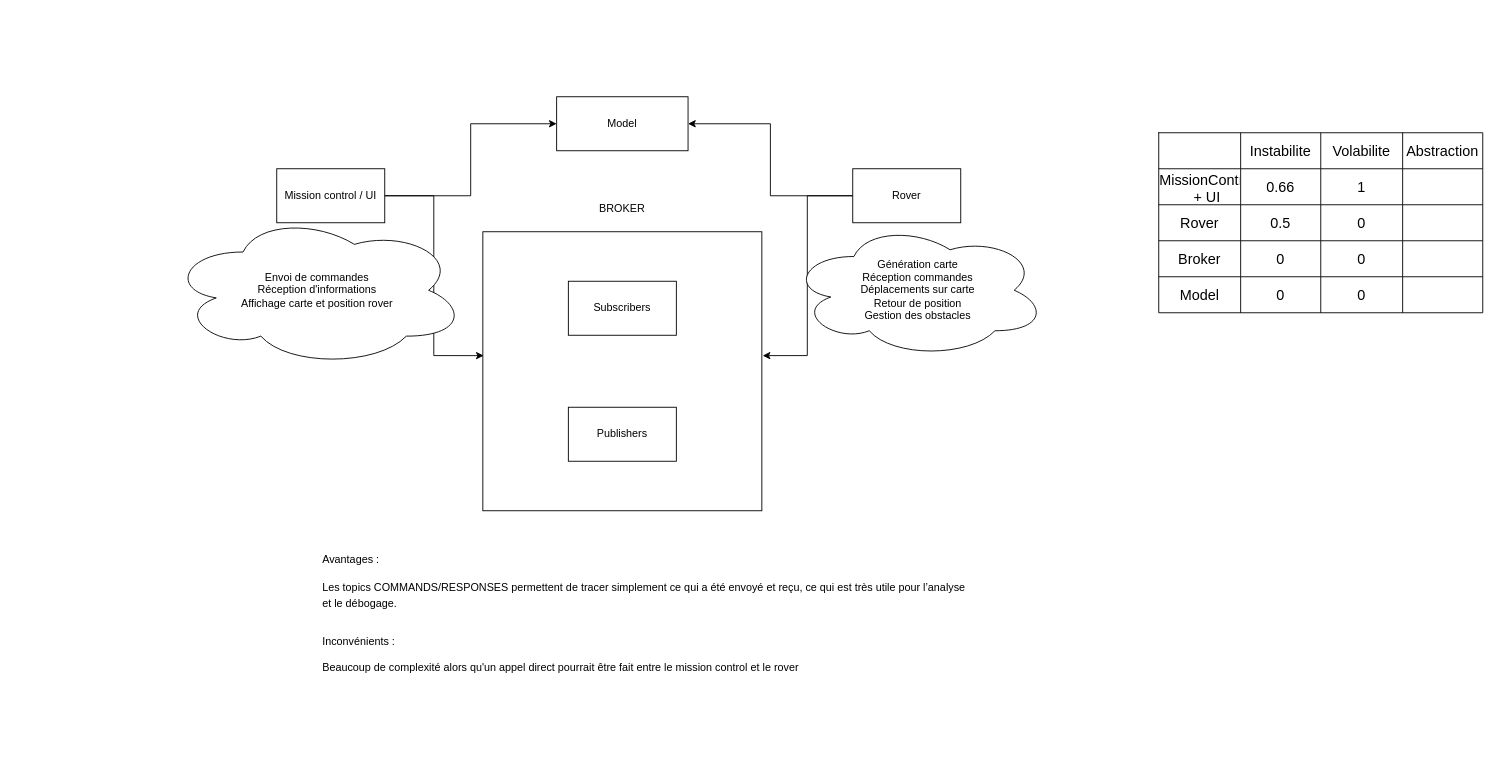
This is page "Schéma" (2 of 2) of schema.drawio from pvayssier/archi_logiciel, a draw.io file, before an edit. Source tidied: cells renumbered, new cells numbered last; positions are measured from the earlier drawing's top-left corner, leaving out a move shared by most shapes. Both pictures are drawn from the tidied source at 90%, with x=0, y=0 at pixel (168, 96).
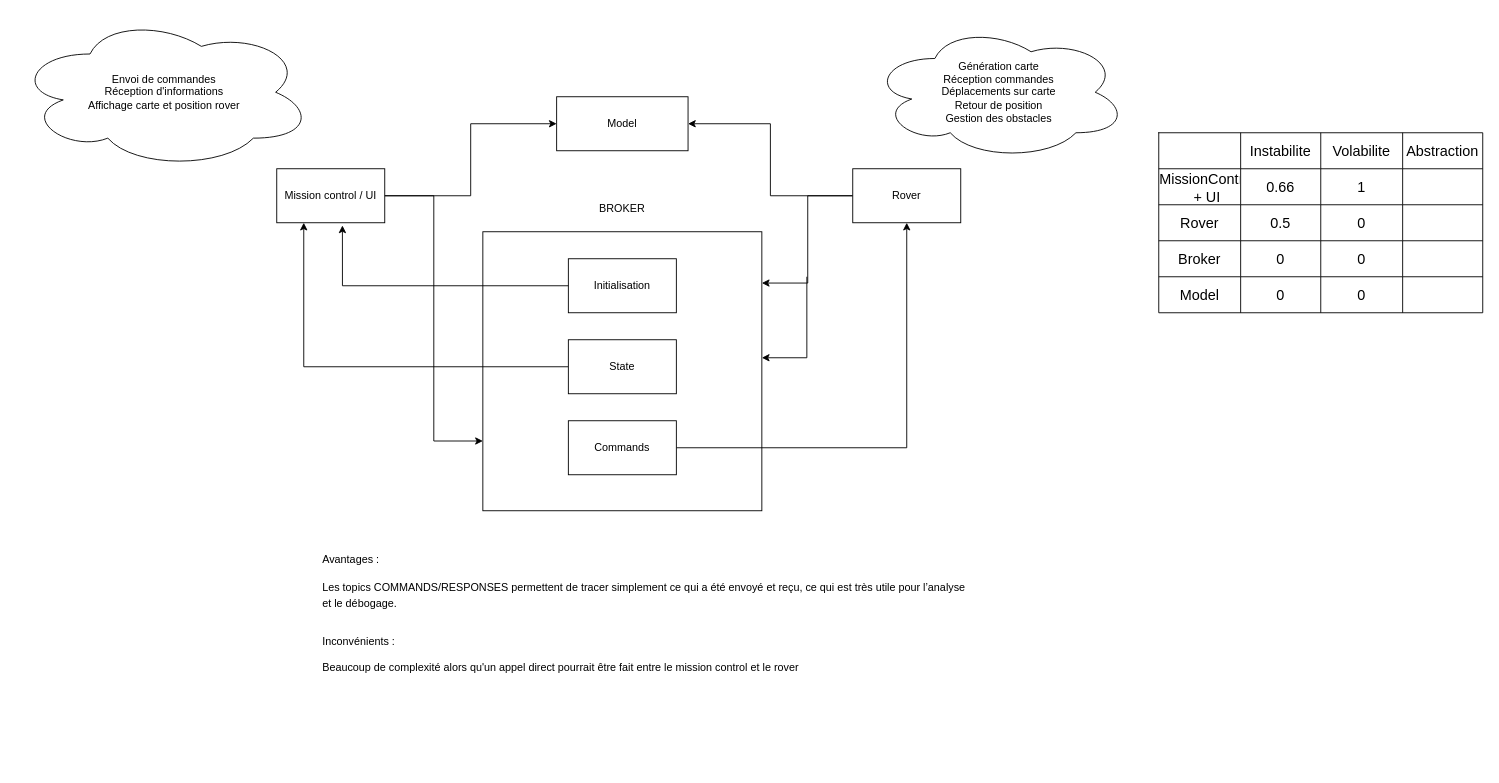
After the change.

The change refers to these unchanged cells:
```xml
<mxCell id="2" style="rounded=0;whiteSpace=wrap;html=1;" parent="1" vertex="1">
  <mxGeometry x="349" y="150" width="310" height="310" as="geometry" />
</mxCell>
<mxCell id="5" value="Rover" style="rounded=0;whiteSpace=wrap;html=1;" parent="1" vertex="1">
  <mxGeometry x="760" y="80" width="120" height="60" as="geometry" />
</mxCell>
<mxCell id="7" value="Mission control / UI" style="rounded=0;whiteSpace=wrap;html=1;" parent="1" vertex="1">
  <mxGeometry x="120" y="80" width="120" height="60" as="geometry" />
</mxCell>
```

What changed in the source:
```diff
@@
+    <mxCell id="42" style="edgeStyle=orthogonalEdgeStyle;rounded=0;orthogonalLoop=1;jettySize=auto;html=1;" parent="1" edge="1">
+      <mxGeometry relative="1" as="geometry">
+        <mxPoint x="709" y="200" as="sourcePoint" />
+        <mxPoint x="659" y="290" as="targetPoint" />
+        <Array as="points">
+          <mxPoint x="709" y="290" />
+        </Array>
+      </mxGeometry>
+    </mxCell>
@@
-    <mxCell id="3" style="edgeStyle=orthogonalEdgeStyle;rounded=0;jettySize=auto;html=1;exitX=0;exitY=0.5;exitDx=0;exitDy=0;entryX=1.003;entryY=0.444;entryDx=0;entryDy=0;entryPerimeter=0;" parent="1" edge="1" source="5" target="2">
-      <mxGeometry relative="1" as="geometry" />
+    <mxCell id="3" style="edgeStyle=orthogonalEdgeStyle;rounded=0;jettySize=auto;html=1;exitX=0;exitY=0.5;exitDx=0;exitDy=0;" parent="1" edge="1" source="5" target="2">
+      <mxGeometry relative="1" as="geometry">
+        <Array as="points">
+          <mxPoint x="710" y="110" />
+          <mxPoint x="710" y="207" />
+        </Array>
+      </mxGeometry>
     </mxCell>
@@
-    <mxCell id="8" value="Subscribers" style="rounded=0;whiteSpace=wrap;html=1;" parent="1" vertex="1">
-      <mxGeometry x="444" y="205" width="120" height="60" as="geometry" />
+    <mxCell id="8" value="Initialisation" style="rounded=0;whiteSpace=wrap;html=1;" parent="1" vertex="1">
+      <mxGeometry x="444" y="180" width="120" height="60" as="geometry" />
     </mxCell>
+    <mxCell id="43" style="edgeStyle=orthogonalEdgeStyle;rounded=0;jettySize=auto;html=1;entryX=0.5;entryY=1;entryDx=0;entryDy=0;" parent="1" edge="1" source="9" target="5">
+      <mxGeometry relative="1" as="geometry" />
+    </mxCell>
-    <mxCell id="9" value="Publishers" style="rounded=0;whiteSpace=wrap;html=1;" parent="1" vertex="1">
-      <mxGeometry x="444" y="345" width="120" height="60" as="geometry" />
+    <mxCell id="9" value="Commands" style="rounded=0;whiteSpace=wrap;html=1;" parent="1" vertex="1">
+      <mxGeometry x="444" y="360" width="120" height="60" as="geometry" />
     </mxCell>
@@
-    <mxCell id="12" style="edgeStyle=orthogonalEdgeStyle;rounded=0;jettySize=auto;html=1;entryX=0.003;entryY=0.444;entryDx=0;entryDy=0;entryPerimeter=0;" parent="1" edge="1" source="7" target="2">
+    <mxCell id="12" style="edgeStyle=orthogonalEdgeStyle;rounded=0;jettySize=auto;html=1;entryX=0;entryY=0.75;entryDx=0;entryDy=0;" parent="1" edge="1" source="7" target="2">
       <mxGeometry relative="1" as="geometry" />
     </mxCell>
     <mxCell id="13" value="Envoi de commandes&lt;div&gt;Réception d'informations&lt;/div&gt;&lt;div&gt;Affichage carte et position rover&lt;/div&gt;" style="ellipse;shape=cloud;whiteSpace=wrap;html=1;" parent="1" vertex="1">
-      <mxGeometry y="130" width="330" height="170" as="geometry" />
+      <mxGeometry x="-170" y="-90" width="330" height="170" as="geometry" />
     </mxCell>
     <mxCell id="14" value="Génération carte&lt;div&gt;Réception commandes&lt;/div&gt;&lt;div&gt;Déplacements sur carte&lt;br&gt;Retour de position&lt;/div&gt;&lt;div&gt;Gestion des obstacles&lt;/div&gt;" style="ellipse;shape=cloud;whiteSpace=wrap;html=1;" parent="1" vertex="1">
-      <mxGeometry x="690" y="140" width="285" height="150" as="geometry" />
+      <mxGeometry x="780" y="-80" width="285" height="150" as="geometry" />
     </mxCell>
@@
+    <mxCell id="44" style="edgeStyle=orthogonalEdgeStyle;rounded=0;jettySize=auto;html=1;entryX=0.25;entryY=1;entryDx=0;entryDy=0;" parent="1" edge="1" source="45" target="7">
+      <mxGeometry relative="1" as="geometry" />
+    </mxCell>
+    <mxCell id="45" value="State" style="rounded=0;whiteSpace=wrap;html=1;" parent="1" vertex="1">
+      <mxGeometry x="444" y="270" width="120" height="60" as="geometry" />
+    </mxCell>
+    <mxCell id="46" style="edgeStyle=orthogonalEdgeStyle;rounded=0;jettySize=auto;html=1;entryX=0.608;entryY=1.05;entryDx=0;entryDy=0;entryPerimeter=0;" parent="1" edge="1" source="8" target="7">
+      <mxGeometry relative="1" as="geometry" />
+    </mxCell>
```
